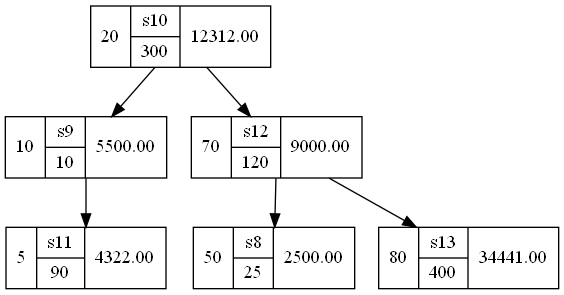
Above: Cliente/src/assets/arboles/inventario.png in RojasCJP/EDD_VirtualMall_201900289 (Graphviz), before the change. Its source is kept beside it as Cliente/src/assets/graphviz/inventario.dot. Its diagram source:
```dot
digraph arbol{
  node [shape=record]
"5" [label="5|{s11|90}|4322.00"]
"10" [label="10|{s9|10}|5500.00"]
"10"->"5"
"20" [label="20|{s10|300}|12312.00"]
"20"->"10"
"20"->"70"
"50" [label="50|{s8|25}|2500.00"]
"70" [label="70|{s12|120}|9000.00"]
"70"->"50"
"70"->"80"
"80" [label="80|{s13|400}|34441.00"]
}
```
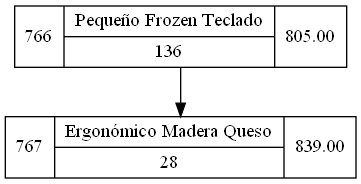
The same diagram one commit later.

The edit, as a diff of the source:
```diff
@@ -1,14 +1,6 @@
 digraph arbol{
   node [shape=record]
-"5" [label="5|{s11|90}|4322.00"]
-"10" [label="10|{s9|10}|5500.00"]
-"10"->"5"
-"20" [label="20|{s10|300}|12312.00"]
-"20"->"10"
-"20"->"70"
-"50" [label="50|{s8|25}|2500.00"]
-"70" [label="70|{s12|120}|9000.00"]
-"70"->"50"
-"70"->"80"
-"80" [label="80|{s13|400}|34441.00"]
+"766" [label="766|{Pequeño Frozen Teclado|136}|805.00"]
+"766"->"767"
+"767" [label="767|{Ergonómico Madera Queso|28}|839.00"]
 }
```
